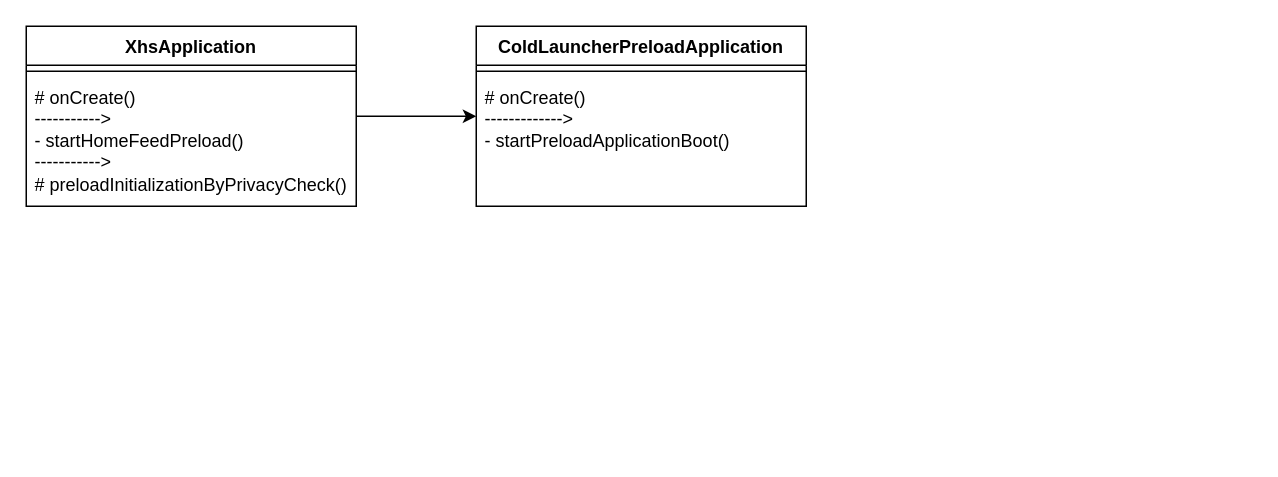
The draw.io diagram preConnect.drawio in 4jie/PicGo, before the edit. Source tidied: cells renumbered, new cells numbered last; positions are measured from the earlier drawing's top-left corner, leaving out a move shared by most shapes. Both pictures are drawn from the tidied source at 150%, with x=0, y=0 at pixel (26, 26).
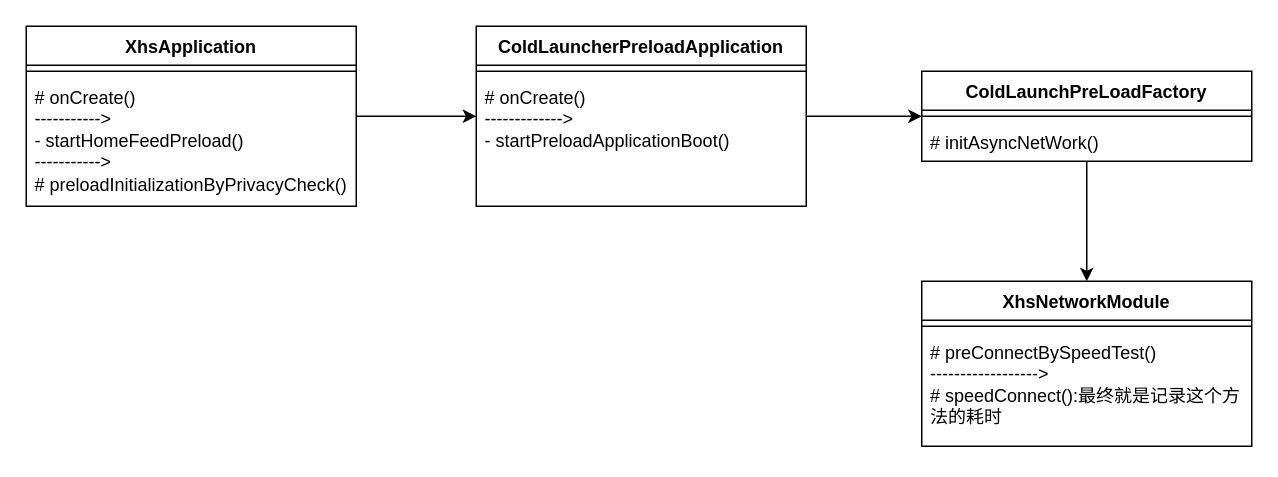
After the change.

Diff of the diagram source:
```diff
@@
 <mxGraphModel>
   <root>
     <mxCell id="0" />
     <mxCell id="1" parent="0" />
     <mxCell id="2" style="edgeStyle=orthogonalEdgeStyle;rounded=0;jettySize=auto;html=1;" parent="1" edge="1" source="3" target="6">
       <mxGeometry relative="1" as="geometry" />
     </mxCell>
     <mxCell id="3" value="XhsApplication" style="swimlane;fontStyle=1;align=center;verticalAlign=top;horizontal=1;startSize=26;whiteSpace=wrap;html=1;" parent="1" vertex="1">
       <mxGeometry width="220" height="120" as="geometry" />
     </mxCell>
     <mxCell id="4" style="line;strokeWidth=1;fillColor=none;align=left;verticalAlign=middle;spacingTop=-1;spacingLeft=3;spacingRight=3;labelPosition=right;strokeColor=inherit;" parent="3" vertex="1">
       <mxGeometry y="26" width="220" height="8" as="geometry" />
     </mxCell>
     <mxCell id="5" value="# onCreate()&lt;br&gt;-----------&amp;gt;&lt;br&gt;- startHomeFeedPreload()&lt;br&gt;-----------&amp;gt;&lt;br&gt;#&amp;nbsp;preloadInitializationByPrivacyCheck()" style="text;strokeColor=none;fillColor=none;align=left;verticalAlign=top;spacingLeft=4;spacingRight=4;overflow=hidden;whiteSpace=wrap;html=1;" parent="3" vertex="1">
       <mxGeometry y="34" width="220" height="86" as="geometry" />
     </mxCell>
+    <mxCell id="9" style="edgeStyle=orthogonalEdgeStyle;rounded=0;jettySize=auto;html=1;" parent="1" edge="1" source="6" target="11">
+      <mxGeometry relative="1" as="geometry" />
+    </mxCell>
     <mxCell id="6" value="ColdLauncherPreloadApplication" style="swimlane;fontStyle=1;align=center;verticalAlign=top;horizontal=1;startSize=26;whiteSpace=wrap;html=1;" parent="1" vertex="1">
       <mxGeometry x="300" width="220" height="120" as="geometry" />
     </mxCell>
     <mxCell id="7" style="line;strokeWidth=1;fillColor=none;align=left;verticalAlign=middle;spacingTop=-1;spacingLeft=3;spacingRight=3;labelPosition=right;strokeColor=inherit;" parent="6" vertex="1">
       <mxGeometry y="26" width="220" height="8" as="geometry" />
     </mxCell>
     <mxCell id="8" value="# onCreate()&lt;br&gt;-------------&amp;gt;&lt;br&gt;-&amp;nbsp;startPreloadApplicationBoot()" style="text;strokeColor=none;fillColor=none;align=left;verticalAlign=top;spacingLeft=4;spacingRight=4;overflow=hidden;whiteSpace=wrap;html=1;" parent="6" vertex="1">
       <mxGeometry y="34" width="220" height="86" as="geometry" />
     </mxCell>
+    <mxCell id="10" style="edgeStyle=orthogonalEdgeStyle;rounded=0;jettySize=auto;html=1;" parent="1" edge="1" source="11" target="14">
+      <mxGeometry relative="1" as="geometry" />
+    </mxCell>
+    <mxCell id="11" value="ColdLaunchPreLoadFactory" style="swimlane;fontStyle=1;align=center;verticalAlign=top;horizontal=1;startSize=26;whiteSpace=wrap;html=1;" parent="1" vertex="1">
+      <mxGeometry x="597" y="30" width="220" height="60" as="geometry" />
+    </mxCell>
+    <mxCell id="12" style="line;strokeWidth=1;fillColor=none;align=left;verticalAlign=middle;spacingTop=-1;spacingLeft=3;spacingRight=3;labelPosition=right;strokeColor=inherit;" parent="11" vertex="1">
+      <mxGeometry y="26" width="220" height="8" as="geometry" />
+    </mxCell>
+    <mxCell id="13" value="#&amp;nbsp;initAsyncNetWork()" style="text;strokeColor=none;fillColor=none;align=left;verticalAlign=top;spacingLeft=4;spacingRight=4;overflow=hidden;whiteSpace=wrap;html=1;" parent="11" vertex="1">
+      <mxGeometry y="34" width="220" height="26" as="geometry" />
+    </mxCell>
+    <mxCell id="14" value="XhsNetworkModule" style="swimlane;fontStyle=1;align=center;verticalAlign=top;horizontal=1;startSize=26;whiteSpace=wrap;html=1;" parent="1" vertex="1">
+      <mxGeometry x="597" y="170" width="220" height="110" as="geometry" />
+    </mxCell>
+    <mxCell id="15" style="line;strokeWidth=1;fillColor=none;align=left;verticalAlign=middle;spacingTop=-1;spacingLeft=3;spacingRight=3;labelPosition=right;strokeColor=inherit;" parent="14" vertex="1">
+      <mxGeometry y="26" width="220" height="8" as="geometry" />
+    </mxCell>
+    <mxCell id="16" value="# preConnectBySpeedTest()&lt;br&gt;------------------&amp;gt;&lt;br&gt;# speedConnect():最终就是记录这个方法的耗时" style="text;strokeColor=none;fillColor=none;align=left;verticalAlign=top;spacingLeft=4;spacingRight=4;overflow=hidden;whiteSpace=wrap;html=1;" parent="14" vertex="1">
+      <mxGeometry y="34" width="220" height="76" as="geometry" />
+    </mxCell>
   </root>
 </mxGraphModel>
```
